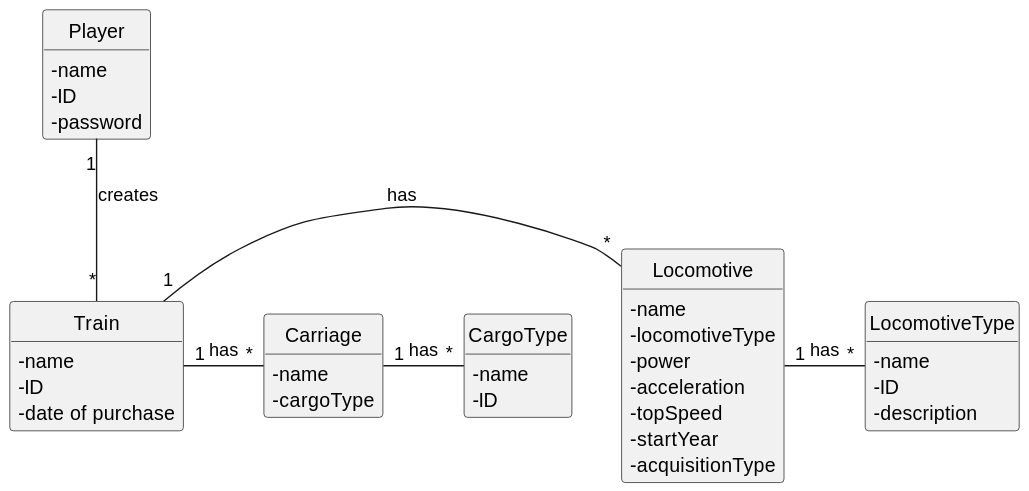
The PlantUML diagram docs/sprint1/us009/02.analysis/svg/us009-domain-model.svg in ivasduarte/all-aboard, before a commit. Its diagram source:
```plantuml
@startuml
skinparam monochrome true
skinparam packageStyle rectangle
skinparam shadowing false


skinparam classAttributeIconSize 0

hide circle
hide methods


class Train{
    - name
    - ID
    - date of purchase
}
class Locomotive {
    - name
    - locomotiveType
    - power
    - acceleration
    - topSpeed
    - startYear
    - acquisitionType
}

class LocomotiveType{
    - name
    - ID
    - description
}

class Carriage{
    - name
    - cargoType
}

class CargoType{
    - name
    - ID
}

class Player {
    - name
    - ID
    - password
}

Train "1" - "*" Locomotive : has
Player "1" -- "*" Train : creates
Locomotive "1" - "*" LocomotiveType : has
Carriage "1" - "*" CargoType : has
Train "1" - "*" Carriage : has
@enduml
```
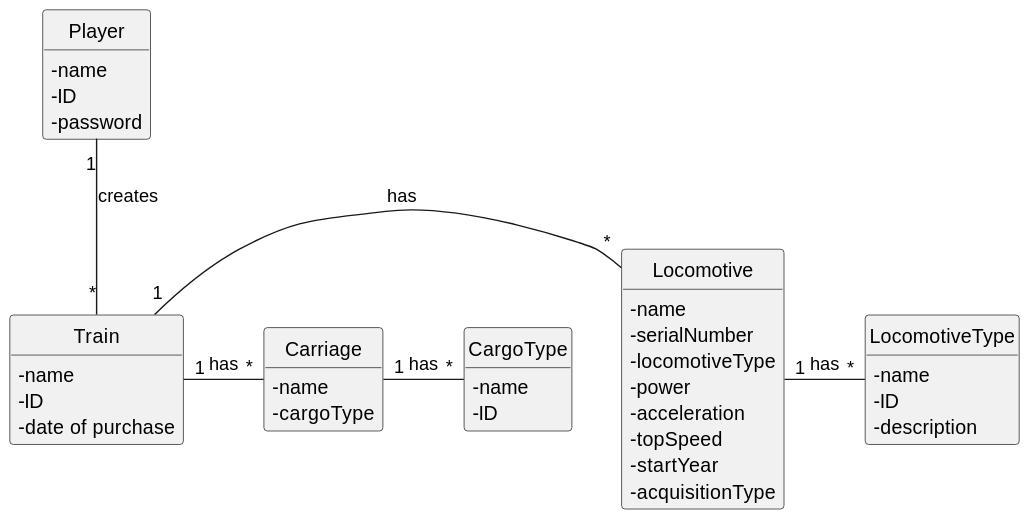
The same diagram one commit later.

Diff of the diagram source:
```diff
@@ -17,6 +17,7 @@
 }
 class Locomotive {
     - name
+    - serialNumber
     - locomotiveType
     - power
     - acceleration
```
